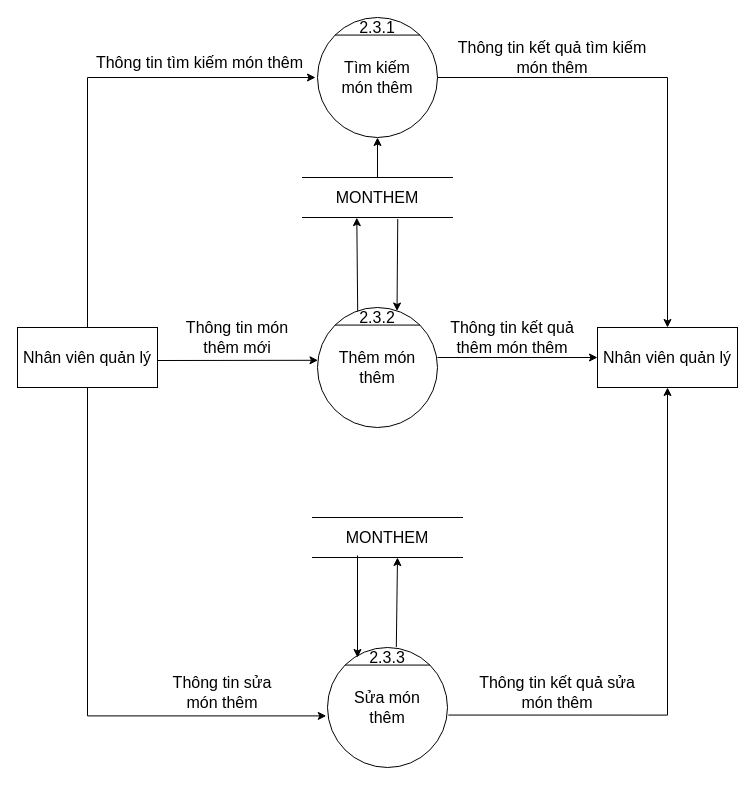
Above: BFD&DFD/DFD_2_QLMONTHEM.drawio in hungtadasuke/CoffeShop_SoftwareTechnology (draw.io), before the change. Source tidied: cells renumbered, new cells numbered last; positions are measured from the earlier drawing's top-left corner, leaving out a move shared by most shapes. Both pictures are drawn from the tidied source at 100%, with x=0, y=0 at pixel (17, 17).
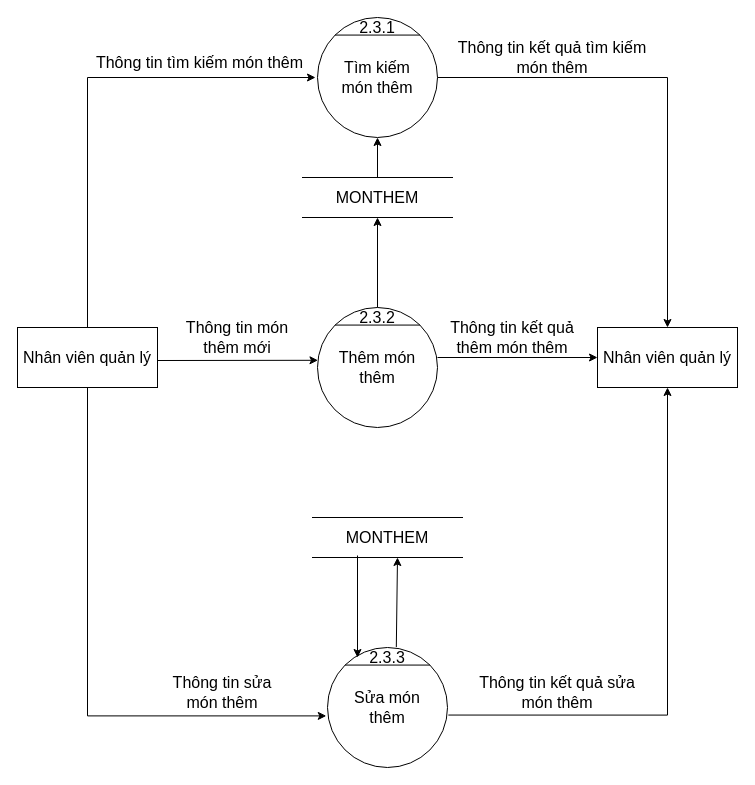
The same diagram, later.

Unchanged cells that the change refers to:
```xml
<mxCell id="14" value="&lt;font style=&quot;font-size: 16px&quot;&gt;2.3.2&lt;/font&gt;" style="text;html=1;strokeColor=none;fillColor=none;align=center;verticalAlign=middle;whiteSpace=wrap;rounded=0;" parent="1" vertex="1">
  <mxGeometry x="340" y="290" width="40" height="20" as="geometry" />
</mxCell>
<mxCell id="22" value="MONTHEM" style="shape=partialRectangle;whiteSpace=wrap;html=1;left=0;right=0;fillColor=none;fontSize=16;" parent="1" vertex="1">
  <mxGeometry x="285" y="160" width="150" height="40" as="geometry" />
</mxCell>
```

Change to the diagram source:
```diff
@@
-    <mxCell id="27" style="endArrow=classic;html=1;rounded=0;fontSize=16;exitX=0.005;exitY=0.185;exitDx=0;exitDy=0;exitPerimeter=0;entryX=0.362;entryY=1.004;entryDx=0;entryDy=0;entryPerimeter=0;" parent="1" edge="1" source="14" target="22">
+    <mxCell id="27" style="endArrow=classic;html=1;rounded=0;fontSize=16;exitX=0.5;exitY=0;exitDx=0;exitDy=0;entryX=0.5;entryY=1;entryDx=0;entryDy=0;" parent="1" edge="1" source="14" target="22">
       <mxGeometry relative="1" as="geometry" />
     </mxCell>
-    <mxCell id="28" style="endArrow=classic;html=1;rounded=0;fontSize=16;exitX=0.635;exitY=1.037;exitDx=0;exitDy=0;exitPerimeter=0;entryX=0.988;entryY=0.176;entryDx=0;entryDy=0;entryPerimeter=0;" parent="1" edge="1" source="22" target="14">
-      <mxGeometry relative="1" as="geometry" />
-    </mxCell>
```
